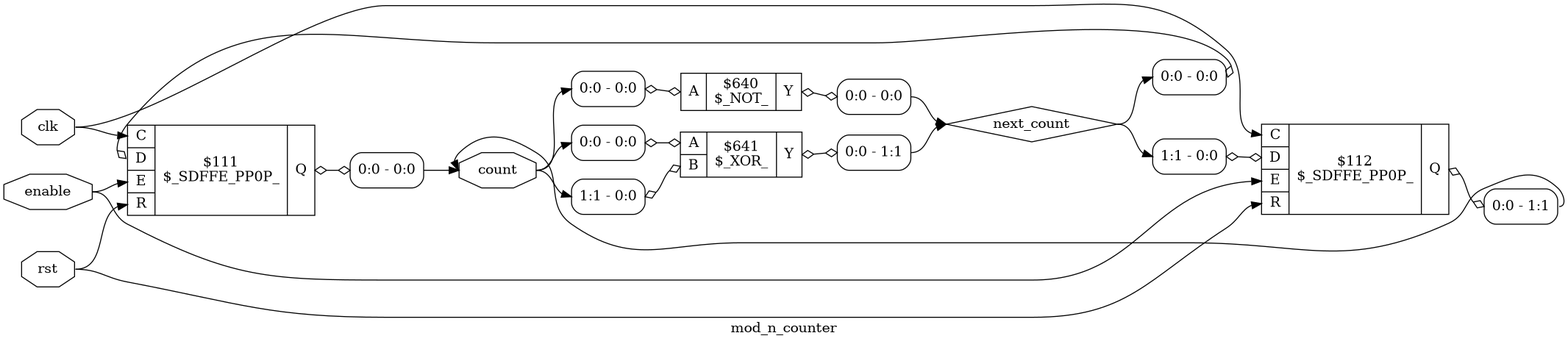
The Graphviz diagram abc.png in physical-memory-paige/fpga-digital-watch, before a commit. Its source is kept beside it as abc.dot.
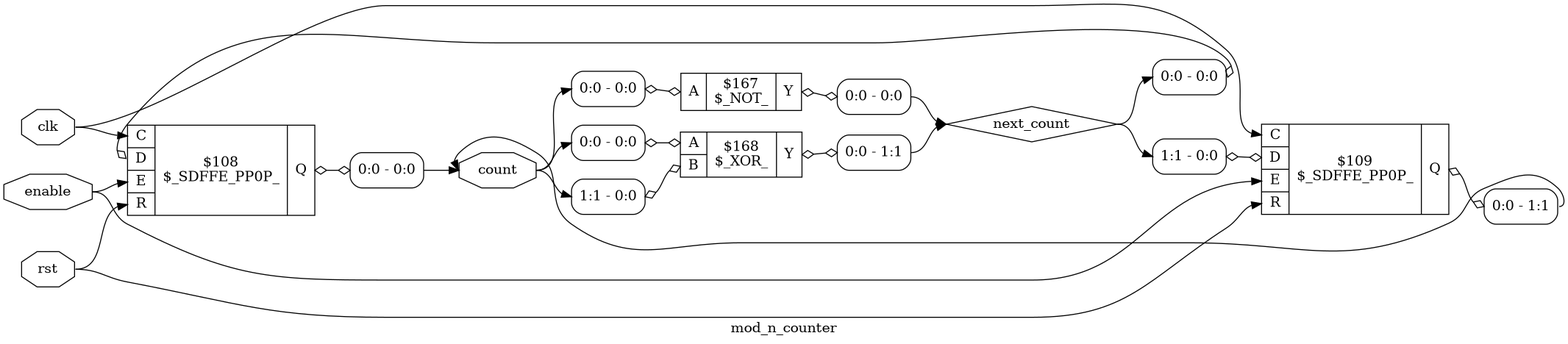
After the commit.

The edit, as a diff of the source:
```diff
@@ -7,24 +7,24 @@
 n3 [ shape=octagon, label="enable", color="black", fontcolor="black" ];
 n4 [ shape=diamond, label="next_count", color="black", fontcolor="black" ];
 n5 [ shape=octagon, label="rst", color="black", fontcolor="black" ];
-c8 [ shape=record, label="{{<p6> A}|$640\n$_NOT_|{<p7> Y}}",  ];
+c8 [ shape=record, label="{{<p6> A}|$167\n$_NOT_|{<p7> Y}}",  ];
 x0 [ shape=record, style=rounded, label="<s0> 0:0 - 0:0 ", color="black", fontcolor="black" ];
 x0:e -> c8:p6:w [arrowhead=odiamond, arrowtail=odiamond, dir=both, color="black", fontcolor="black", label=""];
 x1 [ shape=record, style=rounded, label="<s0> 0:0 - 0:0 ", color="black", fontcolor="black" ];
 c8:p7:e -> x1:w [arrowhead=odiamond, arrowtail=odiamond, dir=both, color="black", fontcolor="black", label=""];
-c10 [ shape=record, label="{{<p6> A|<p9> B}|$641\n$_XOR_|{<p7> Y}}",  ];
+c10 [ shape=record, label="{{<p6> A|<p9> B}|$168\n$_XOR_|{<p7> Y}}",  ];
 x2 [ shape=record, style=rounded, label="<s0> 0:0 - 0:0 ", color="black", fontcolor="black" ];
 x2:e -> c10:p6:w [arrowhead=odiamond, arrowtail=odiamond, dir=both, color="black", fontcolor="black", label=""];
 x3 [ shape=record, style=rounded, label="<s0> 1:1 - 0:0 ", color="black", fontcolor="black" ];
 x3:e -> c10:p9:w [arrowhead=odiamond, arrowtail=odiamond, dir=both, color="black", fontcolor="black", label=""];
 x4 [ shape=record, style=rounded, label="<s0> 0:0 - 1:1 ", color="black", fontcolor="black" ];
 c10:p7:e -> x4:w [arrowhead=odiamond, arrowtail=odiamond, dir=both, color="black", fontcolor="black", label=""];
-c16 [ shape=record, label="{{<p11> C|<p12> D|<p13> E|<p14> R}|$111\n$_SDFFE_PP0P_|{<p15> Q}}",  ];
+c16 [ shape=record, label="{{<p11> C|<p12> D|<p13> E|<p14> R}|$108\n$_SDFFE_PP0P_|{<p15> Q}}",  ];
 x5 [ shape=record, style=rounded, label="<s0> 0:0 - 0:0 ", color="black", fontcolor="black" ];
 x5:e -> c16:p12:w [arrowhead=odiamond, arrowtail=odiamond, dir=both, color="black", fontcolor="black", label=""];
 x6 [ shape=record, style=rounded, label="<s0> 0:0 - 0:0 ", color="black", fontcolor="black" ];
 c16:p15:e -> x6:w [arrowhead=odiamond, arrowtail=odiamond, dir=both, color="black", fontcolor="black", label=""];
-c17 [ shape=record, label="{{<p11> C|<p12> D|<p13> E|<p14> R}|$112\n$_SDFFE_PP0P_|{<p15> Q}}",  ];
+c17 [ shape=record, label="{{<p11> C|<p12> D|<p13> E|<p14> R}|$109\n$_SDFFE_PP0P_|{<p15> Q}}",  ];
 x7 [ shape=record, style=rounded, label="<s0> 1:1 - 0:0 ", color="black", fontcolor="black" ];
 x7:e -> c17:p12:w [arrowhead=odiamond, arrowtail=odiamond, dir=both, color="black", fontcolor="black", label=""];
 x8 [ shape=record, style=rounded, label="<s0> 0:0 - 1:1 ", color="black", fontcolor="black" ];
```
